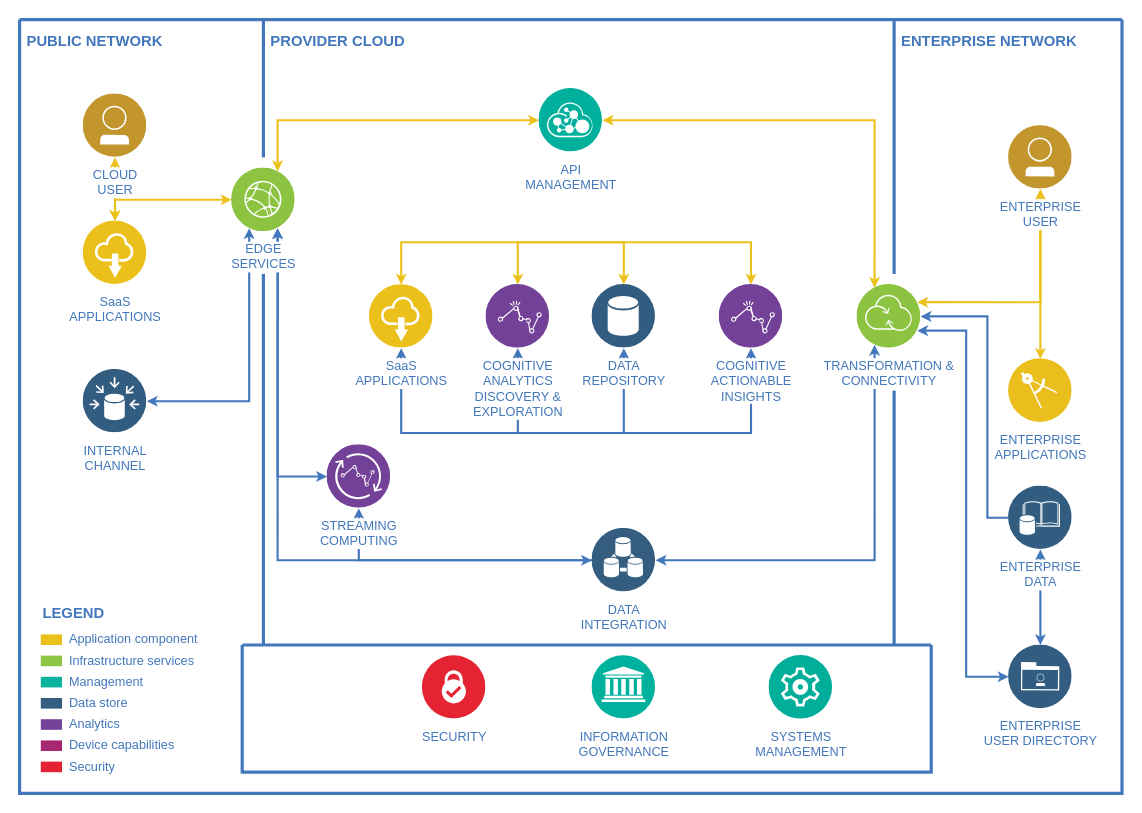
Before: map/arch.drawio in msqtt/Sources, a draw.io diagram. Source tidied: cells renumbered, new cells numbered last; positions are measured from the earlier drawing's top-left corner, leaving out a move shared by most shapes. Both pictures are drawn from the tidied source at 106%, with x=0, y=0 at pixel (19, 19). Pictures stored in the file or linked from it are replaced by grey dashed boxes.
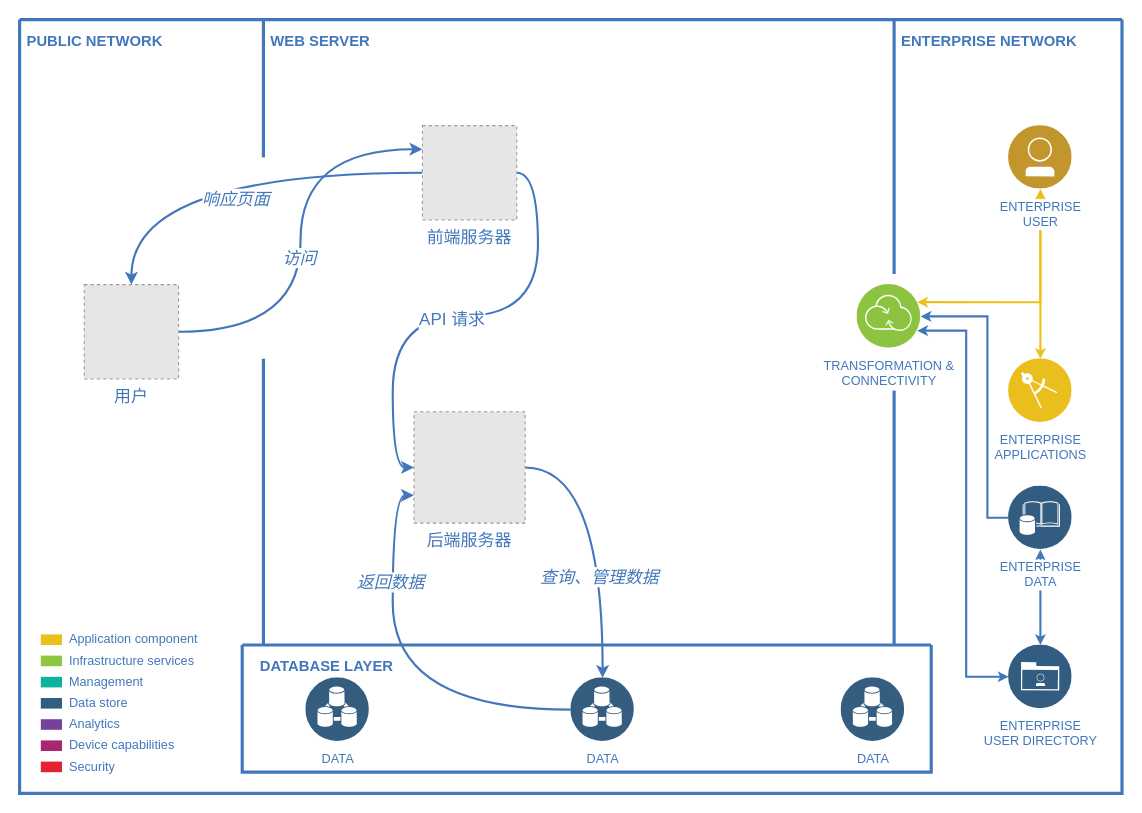
Above is the later version.

Unchanged cells that the change refers to:
```xml
<mxCell id="2" style="swimlane;shadow=0;strokeColor=#4277BB;fillColor=#ffffff;fontColor=none;align=right;startSize=0;noLabel=1;strokeWidth=3;" parent="1" vertex="1">
  <mxGeometry width="1040" height="730" as="geometry" />
</mxCell>
<mxCell id="32" value="TRANSFORMATION &amp;amp;&lt;div&gt;CONNECTIVITY&lt;/div&gt;" style="perimeter=ellipsePerimeter;html=1;align=center;shadow=0;dashed=0;image;image=img/lib/ibm/infrastructure/transformation_connectivity.svg;strokeColor=#FF0000;fillColor=#FFFF66;gradientColor=none;fontColor=#4277BB;labelBackgroundColor=#ffffff;spacingTop=3;" parent="2" vertex="1">
  <mxGeometry x="790" y="250" width="60" height="60" as="geometry" />
</mxCell>
<mxCell id="37" style="swimlane;shadow=0;labelBackgroundColor=#007FFF;strokeColor=#4277BB;fillColor=none;gradientColor=none;fontColor=#000000;align=right;startSize=0;strokeWidth=3;" parent="2" vertex="1">
  <mxGeometry x="210" y="590" width="650" height="120" as="geometry" />
</mxCell>
```

What changed in the source:
```diff
@@
-    <mxCell id="3" style="edgeStyle=orthogonalEdgeStyle;rounded=0;html=1;labelBackgroundColor=#ffffff;jettySize=auto;strokeColor=#EDC11C;fontColor=#000000;startArrow=classic;startFill=1;strokeWidth=2;endSize=4;startSize=4;" parent="2" edge="1" source="20" target="22">
-      <mxGeometry relative="1" as="geometry" />
-    </mxCell>
-    <mxCell id="4" style="edgeStyle=orthogonalEdgeStyle;rounded=0;html=1;entryX=0.75;entryY=1;labelBackgroundColor=#ffffff;jettySize=auto;strokeColor=#4277BB;fontColor=#000000;strokeWidth=2;endSize=4;startSize=4;startArrow=classic;startFill=1;" parent="2" edge="1" source="30" target="24">
-      <mxGeometry relative="1" as="geometry" />
-    </mxCell>
-    <mxCell id="5" style="edgeStyle=orthogonalEdgeStyle;rounded=0;html=1;entryX=0.25;entryY=1;labelBackgroundColor=#ffffff;jettySize=auto;strokeColor=#4277BB;fontColor=#000000;strokeWidth=2;endSize=4;startSize=4;startArrow=classic;startFill=1;" parent="2" edge="1" source="23" target="24">
-      <mxGeometry relative="1" as="geometry" />
-    </mxCell>
-    <mxCell id="6" style="edgeStyle=orthogonalEdgeStyle;rounded=0;html=1;entryX=0.25;entryY=0;labelBackgroundColor=#ffffff;jettySize=auto;strokeColor=#EDC11C;fontColor=#000000;startArrow=classic;strokeWidth=2;endSize=4;startSize=4;" parent="2" edge="1" source="25" target="32">
-      <mxGeometry relative="1" as="geometry" />
-    </mxCell>
-    <mxCell id="7" style="edgeStyle=orthogonalEdgeStyle;rounded=0;html=1;entryX=0.75;entryY=0;labelBackgroundColor=#ffffff;jettySize=auto;strokeColor=#EDC11C;fontColor=#000000;startArrow=classic;strokeWidth=2;endSize=4;startSize=4;" parent="2" edge="1" source="25" target="24">
-      <mxGeometry relative="1" as="geometry">
-        <Array as="points">
-          <mxPoint x="243" y="95" />
-        </Array>
-      </mxGeometry>
-    </mxCell>
-    <mxCell id="8" style="edgeStyle=orthogonalEdgeStyle;rounded=0;html=1;labelBackgroundColor=#ffffff;jettySize=auto;strokeColor=#4277BB;fontColor=#000000;strokeWidth=2;endSize=4;startSize=4;startArrow=classic;startFill=1;" parent="2" edge="1" source="26" target="29">
-      <mxGeometry relative="1" as="geometry">
-        <Array as="points">
-          <mxPoint x="360" y="390" />
-          <mxPoint x="690" y="390" />
-        </Array>
-      </mxGeometry>
-    </mxCell>
-    <mxCell id="9" style="edgeStyle=orthogonalEdgeStyle;rounded=0;html=1;labelBackgroundColor=#ffffff;jettySize=auto;strokeColor=#EDC11C;fontColor=#000000;startArrow=classic;strokeWidth=2;endSize=4;startSize=4;" parent="2" edge="1" source="26" target="29">
-      <mxGeometry relative="1" as="geometry">
-        <Array as="points">
-          <mxPoint x="360" y="210" />
-          <mxPoint x="690" y="210" />
-        </Array>
-      </mxGeometry>
-    </mxCell>
-    <mxCell id="10" style="edgeStyle=orthogonalEdgeStyle;rounded=0;html=1;labelBackgroundColor=#ffffff;jettySize=auto;strokeColor=#4277BB;fontColor=#000000;strokeWidth=2;endSize=4;startSize=4;startArrow=classic;startFill=1;" parent="2" edge="1" source="27" target="28">
-      <mxGeometry relative="1" as="geometry">
-        <Array as="points">
-          <mxPoint x="470" y="390" />
-          <mxPoint x="570" y="390" />
-        </Array>
-      </mxGeometry>
-    </mxCell>
-    <mxCell id="11" style="edgeStyle=orthogonalEdgeStyle;rounded=0;html=1;labelBackgroundColor=#ffffff;jettySize=auto;strokeColor=#EDC11C;fontColor=#000000;startArrow=classic;strokeWidth=2;endSize=4;startSize=4;" parent="2" edge="1" source="27" target="28">
-      <mxGeometry relative="1" as="geometry">
-        <Array as="points">
-          <mxPoint x="470" y="210" />
-          <mxPoint x="570" y="210" />
-        </Array>
-      </mxGeometry>
-    </mxCell>
-    <mxCell id="12" style="edgeStyle=orthogonalEdgeStyle;rounded=0;html=1;labelBackgroundColor=#ffffff;jettySize=auto;strokeColor=#4277BB;fontColor=#000000;entryX=0.75;entryY=1;strokeWidth=2;endSize=4;startSize=4;startArrow=classic;startFill=1;" parent="2" edge="1" source="31" target="24">
-      <mxGeometry relative="1" as="geometry">
-        <Array as="points">
-          <mxPoint x="243" y="510" />
-        </Array>
-      </mxGeometry>
-    </mxCell>
-    <mxCell id="13" style="edgeStyle=orthogonalEdgeStyle;rounded=0;html=1;entryX=0.25;entryY=1;labelBackgroundColor=#ffffff;jettySize=auto;strokeColor=#4277BB;fontColor=#000000;strokeWidth=2;endSize=4;startSize=4;startArrow=classic;startFill=1;" parent="2" edge="1" source="31" target="32">
-      <mxGeometry relative="1" as="geometry" />
-    </mxCell>
@@
-    <mxCell id="19" style="edgeStyle=orthogonalEdgeStyle;rounded=0;html=1;labelBackgroundColor=#ffffff;jettySize=auto;strokeColor=#4277BB;fontSize=12;fontColor=#4277BB;strokeWidth=2;endSize=4;startSize=4;" parent="2" edge="1" source="31" target="30">
-      <mxGeometry relative="1" as="geometry" />
-    </mxCell>
-    <mxCell id="20" value="CLOUD&lt;div&gt;USER&lt;/div&gt;" style="perimeter=ellipsePerimeter;html=1;align=center;shadow=0;dashed=0;image;image=img/lib/ibm/users/user.svg;strokeColor=#FF0000;fillColor=#FFFF66;gradientColor=none;fontColor=#4277BB;labelBackgroundColor=#ffffff;fontSize=12;spacingTop=3;" parent="2" vertex="1">
-      <mxGeometry x="60" y="70" width="60" height="60" as="geometry" />
-    </mxCell>
-    <mxCell id="21" style="edgeStyle=orthogonalEdgeStyle;rounded=0;html=1;labelBackgroundColor=#ffffff;startArrow=classic;startFill=1;startSize=4;endSize=4;jettySize=auto;strokeColor=#EDC11C;strokeWidth=2;fontSize=12;fontColor=#4277BB;" parent="2" edge="1" source="22" target="24">
-      <mxGeometry relative="1" as="geometry">
-        <Array as="points">
-          <mxPoint x="90" y="170" />
-        </Array>
-      </mxGeometry>
-    </mxCell>
-    <mxCell id="22" value="SaaS&lt;div&gt;APPLICATIONS&lt;/div&gt;" style="perimeter=ellipsePerimeter;html=1;align=center;shadow=0;dashed=0;image;image=img/lib/ibm/applications/saas_applications.svg;strokeColor=#FF0000;fillColor=#FFFF66;gradientColor=none;fontColor=#4277BB;labelBackgroundColor=#ffffff;spacingTop=3;" parent="2" vertex="1">
-      <mxGeometry x="60" y="190" width="60" height="60" as="geometry" />
-    </mxCell>
-    <mxCell id="23" value="INTERNAL&lt;div&gt;CHANNEL&lt;/div&gt;" style="perimeter=ellipsePerimeter;html=1;align=center;shadow=0;dashed=0;image;image=img/lib/ibm/data/data_sources.svg;strokeColor=#FF0000;fillColor=#FFFF66;gradientColor=none;fontColor=#4277BB;labelBackgroundColor=#ffffff;spacingTop=3;" parent="2" vertex="1">
-      <mxGeometry x="60" y="330" width="60" height="60" as="geometry" />
-    </mxCell>
-    <mxCell id="24" value="EDGE&lt;div&gt;SERVICES&lt;/div&gt;" style="perimeter=ellipsePerimeter;html=1;align=center;shadow=0;dashed=0;image;image=img/lib/ibm/infrastructure/edge_services.svg;strokeColor=#FF0000;fillColor=#FFFF66;gradientColor=none;fontColor=#4277BB;labelBackgroundColor=#ffffff;spacingTop=3;" parent="2" vertex="1">
-      <mxGeometry x="200" y="140" width="60" height="60" as="geometry" />
-    </mxCell>
-    <mxCell id="25" value="API&lt;div&gt;MANAGEMENT&lt;/div&gt;" style="perimeter=ellipsePerimeter;html=1;align=center;shadow=0;dashed=0;image;image=img/lib/ibm/management/api_management.svg;strokeColor=#FF0000;fillColor=#FFFF66;gradientColor=none;fontColor=#4277BB;labelBackgroundColor=#ffffff;spacingTop=3;" parent="2" vertex="1">
-      <mxGeometry x="490" y="65" width="60" height="60" as="geometry" />
-    </mxCell>
-    <mxCell id="26" value="SaaS&lt;div&gt;APPLICATIONS&lt;/div&gt;" style="perimeter=ellipsePerimeter;html=1;align=center;shadow=0;dashed=0;image;image=img/lib/ibm/applications/saas_applications.svg;strokeColor=#FF0000;fillColor=#FFFF66;gradientColor=none;fontColor=#4277BB;labelBackgroundColor=#ffffff;spacingTop=3;" parent="2" vertex="1">
-      <mxGeometry x="330" y="250" width="60" height="60" as="geometry" />
-    </mxCell>
-    <mxCell id="27" value="COGNITIVE&lt;div&gt;ANALYTICS&lt;/div&gt;&lt;div&gt;DISCOVERY &amp;amp;&lt;/div&gt;&lt;div&gt;EXPLORATION&lt;/div&gt;" style="perimeter=ellipsePerimeter;html=1;align=center;shadow=0;dashed=0;image;image=img/lib/ibm/analytics/analytics.svg;strokeColor=#FF0000;fillColor=#FFFF66;gradientColor=none;fontColor=#4277BB;labelBackgroundColor=#ffffff;spacingTop=3;" parent="2" vertex="1">
-      <mxGeometry x="440" y="250" width="60" height="60" as="geometry" />
-    </mxCell>
-    <mxCell id="28" value="DATA&lt;div&gt;REPOSITORY&lt;/div&gt;" style="perimeter=ellipsePerimeter;html=1;align=center;shadow=0;dashed=0;image;image=img/lib/ibm/data/data_services.svg;strokeColor=#FF0000;fillColor=#FFFF66;gradientColor=none;fontColor=#4277BB;labelBackgroundColor=#ffffff;spacingTop=3;" parent="2" vertex="1">
-      <mxGeometry x="540" y="250" width="60" height="60" as="geometry" />
-    </mxCell>
-    <mxCell id="29" value="COGNITIVE&lt;div&gt;ACTIONABLE&lt;/div&gt;&lt;div&gt;INSIGHTS&lt;/div&gt;" style="perimeter=ellipsePerimeter;html=1;align=center;shadow=0;dashed=0;image;image=img/lib/ibm/analytics/analytics.svg;strokeColor=#FF0000;fillColor=#FFFF66;gradientColor=none;fontColor=#4277BB;labelBackgroundColor=#ffffff;spacingTop=3;" parent="2" vertex="1">
-      <mxGeometry x="660" y="250" width="60" height="60" as="geometry" />
-    </mxCell>
-    <mxCell id="30" value="STREAMING&lt;div&gt;COMPUTING&lt;/div&gt;" style="perimeter=ellipsePerimeter;html=1;align=center;shadow=0;dashed=0;image;image=img/lib/ibm/analytics/streaming_computing.svg;strokeColor=#FF0000;fillColor=#FFFF66;gradientColor=none;fontColor=#4277BB;labelBackgroundColor=#ffffff;spacingTop=3;" parent="2" vertex="1">
-      <mxGeometry x="290" y="401" width="60" height="60" as="geometry" />
-    </mxCell>
-    <mxCell id="31" value="DATA&lt;div&gt;INTEGRATION&lt;/div&gt;" style="perimeter=ellipsePerimeter;html=1;align=center;shadow=0;dashed=0;image;image=img/lib/ibm/data/device_registry.svg;strokeColor=#FF0000;fillColor=#FFFF66;gradientColor=none;fontColor=#4277BB;labelBackgroundColor=#ffffff;spacingTop=3;" parent="2" vertex="1">
-      <mxGeometry x="540" y="480" width="60" height="60" as="geometry" />
-    </mxCell>
@@
-    <mxCell id="38" value="SECURITY" style="perimeter=ellipsePerimeter;html=1;align=center;shadow=0;dashed=0;image;image=img/lib/ibm/blockchain/certificate_authority.svg;strokeColor=#FF0000;fillColor=#FFFF66;gradientColor=none;fontColor=#4277BB;labelBackgroundColor=#ffffff;spacingTop=3;" parent="37" vertex="1">
-      <mxGeometry x="170" y="10" width="60" height="60" as="geometry" />
-    </mxCell>
-    <mxCell id="39" value="INFORMATION&lt;div&gt;GOVERNANCE&lt;/div&gt;" style="perimeter=ellipsePerimeter;html=1;align=center;shadow=0;dashed=0;image;image=img/lib/ibm/management/information_governance.svg;strokeColor=#FF0000;fillColor=#FFFF66;gradientColor=none;fontColor=#4277BB;labelBackgroundColor=#ffffff;spacingTop=3;" parent="37" vertex="1">
-      <mxGeometry x="330" y="10" width="60" height="60" as="geometry" />
-    </mxCell>
-    <mxCell id="40" value="SYSTEMS&lt;div&gt;MANAGEMENT&lt;/div&gt;" style="perimeter=ellipsePerimeter;html=1;align=center;shadow=0;dashed=0;image;image=img/lib/ibm/management/cluster_management.svg;strokeColor=#FF0000;fillColor=#FFFF66;gradientColor=none;fontColor=#4277BB;labelBackgroundColor=#ffffff;spacingTop=3;" parent="37" vertex="1">
-      <mxGeometry x="497" y="10" width="60" height="60" as="geometry" />
-    </mxCell>
+    <mxCell id="31" value="DATA" style="perimeter=ellipsePerimeter;html=1;align=center;shadow=0;dashed=0;image;image=img/lib/ibm/data/device_registry.svg;strokeColor=#FF0000;fillColor=#FFFF66;gradientColor=none;fontColor=#4277BB;labelBackgroundColor=#ffffff;spacingTop=3;" parent="37" vertex="1">
+      <mxGeometry x="310" y="31" width="60" height="60" as="geometry" />
+    </mxCell>
+    <mxCell id="55" value="DATABASE LAYER" style="text;html=1;align=left;verticalAlign=middle;fontColor=#4277BB;shadow=0;dashed=0;strokeColor=none;fillColor=none;labelBackgroundColor=none;fontStyle=1;fontSize=14;spacingLeft=0;" parent="37" vertex="1">
+      <mxGeometry x="15" y="10" width="150" height="20" as="geometry" />
+    </mxCell>
+    <mxCell id="56" value="DATA" style="perimeter=ellipsePerimeter;html=1;align=center;shadow=0;dashed=0;image;image=img/lib/ibm/data/device_registry.svg;strokeColor=#FF0000;fillColor=#FFFF66;gradientColor=none;fontColor=#4277BB;labelBackgroundColor=#ffffff;spacingTop=3;" parent="37" vertex="1">
+      <mxGeometry x="565" y="31" width="60" height="60" as="geometry" />
+    </mxCell>
+    <mxCell id="57" value="DATA" style="perimeter=ellipsePerimeter;html=1;align=center;shadow=0;dashed=0;image;image=img/lib/ibm/data/device_registry.svg;strokeColor=#FF0000;fillColor=#FFFF66;gradientColor=none;fontColor=#4277BB;labelBackgroundColor=#ffffff;spacingTop=3;" parent="37" vertex="1">
+      <mxGeometry x="60" y="31" width="60" height="60" as="geometry" />
+    </mxCell>
@@
-    <mxCell id="42" style="line;strokeWidth=3;direction=south;html=1;shadow=0;labelBackgroundColor=none;fillColor=none;gradientColor=none;fontSize=12;fontColor=#4277BB;align=right;strokeColor=#4277BB;" parent="2" vertex="1">
+    <mxCell id="42" style="line;strokeWidth=3;direction=south;html=1;shadow=0;labelBackgroundColor=none;fillColor=none;gradientColor=none;fontSize=12;fontColor=#4277bb;align=right;strokeColor=#4277BB;" parent="2" vertex="1">
       <mxGeometry x="225" width="10" height="130" as="geometry" />
     </mxCell>
     <mxCell id="43" style="line;strokeWidth=3;direction=south;html=1;shadow=0;labelBackgroundColor=none;fillColor=none;gradientColor=none;fontSize=12;fontColor=#4277BB;align=right;strokeColor=#4277BB;" parent="2" vertex="1">
-      <mxGeometry x="225" y="240" width="10" height="350" as="geometry" />
+      <mxGeometry x="225" y="320" width="10" height="270" as="geometry" />
     </mxCell>
@@
-    <mxCell id="46" value="PROVIDER CLOUD" style="text;html=1;align=left;verticalAlign=middle;fontColor=#4277BB;shadow=0;dashed=0;strokeColor=none;fillColor=none;labelBackgroundColor=none;fontStyle=1;fontSize=14;spacingLeft=5;" parent="2" vertex="1">
+    <mxCell id="46" value="WEB SERVER" style="text;html=1;align=left;verticalAlign=middle;fontColor=#4277BB;shadow=0;dashed=0;strokeColor=none;fillColor=none;labelBackgroundColor=none;fontStyle=1;fontSize=14;spacingLeft=5;" parent="2" vertex="1">
       <mxGeometry x="230" y="10" width="150" height="20" as="geometry" />
     </mxCell>
@@
-    <mxCell id="55" value="LEGEND" style="text;html=1;align=left;verticalAlign=middle;fontColor=#4277BB;shadow=0;dashed=0;strokeColor=none;fillColor=none;labelBackgroundColor=none;fontStyle=1;fontSize=14;spacingLeft=0;" parent="2" vertex="1">
-      <mxGeometry x="20" y="550" width="150" height="20" as="geometry" />
-    </mxCell>
+    <mxCell id="58" style="edgeStyle=orthogonalEdgeStyle;rounded=0;jettySize=auto;html=1;exitX=1;exitY=0.5;exitDx=0;exitDy=0;entryX=0;entryY=0.25;entryDx=0;entryDy=0;fontSize=16;fontColor=#4277bb;curved=1;strokeColor=#4277bb;strokeWidth=2;" parent="2" edge="1" source="60" target="65">
+      <mxGeometry relative="1" as="geometry" />
+    </mxCell>
+    <mxCell id="59" value="&lt;i&gt;访问&lt;/i&gt;" style="edgeLabel;html=1;align=center;verticalAlign=middle;fontSize=16;fontColor=#4277bb;" parent="58" vertex="1">
+      <mxGeometry x="-0.08" y="3" relative="1" as="geometry">
+        <mxPoint x="1" as="offset" />
+      </mxGeometry>
+    </mxCell>
+    <mxCell id="60" value="用户" style="fillColor=#E6E6E6;strokeColor=#999999;dashed=1;verticalLabelPosition=bottom;verticalAlign=top;fontSize=16;fontColor=#4277bb;" parent="2" vertex="1">
+      <mxGeometry x="61" y="250" width="89" height="89" as="geometry" />
+    </mxCell>
+    <mxCell id="61" style="edgeStyle=orthogonalEdgeStyle;curved=1;rounded=0;jettySize=auto;html=1;exitX=1;exitY=0.5;exitDx=0;exitDy=0;entryX=0;entryY=0.5;entryDx=0;entryDy=0;strokeColor=#4277bb;strokeWidth=2;fontSize=16;fontColor=#4277bb;" parent="2" edge="1" source="65" target="68">
+      <mxGeometry relative="1" as="geometry" />
+    </mxCell>
+    <mxCell id="62" value="API 请求" style="edgeLabel;html=1;align=center;verticalAlign=middle;fontSize=16;fontColor=#4277bb;" parent="61" vertex="1">
+      <mxGeometry x="0.04" y="3" relative="1" as="geometry" />
+    </mxCell>
+    <mxCell id="63" style="edgeStyle=orthogonalEdgeStyle;curved=1;rounded=0;jettySize=auto;html=1;entryX=0.5;entryY=0;entryDx=0;entryDy=0;strokeColor=#4277bb;strokeWidth=2;fontSize=16;fontColor=#4277bb;" parent="2" edge="1" source="65" target="60">
+      <mxGeometry relative="1" as="geometry" />
+    </mxCell>
+    <mxCell id="64" value="&lt;i&gt;响应页面&lt;/i&gt;" style="edgeLabel;html=1;align=center;verticalAlign=middle;fontSize=16;fontColor=#4277bb;" parent="63" vertex="1">
+      <mxGeometry x="-0.07" y="24" relative="1" as="geometry" />
+    </mxCell>
+    <mxCell id="65" value="前端服务器" style="fillColor=#E6E6E6;strokeColor=#999999;dashed=1;verticalLabelPosition=bottom;verticalAlign=top;fontColor=#4277bb;fontSize=16;fontStyle=0;" parent="2" vertex="1">
+      <mxGeometry x="380" y="100" width="89" height="89" as="geometry" />
+    </mxCell>
+    <mxCell id="66" style="edgeStyle=orthogonalEdgeStyle;curved=1;rounded=0;jettySize=auto;html=1;entryX=0.5;entryY=0;entryDx=0;entryDy=0;strokeColor=#4277bb;strokeWidth=2;fontSize=16;fontColor=#4277bb;" parent="2" edge="1" source="68" target="31">
+      <mxGeometry relative="1" as="geometry" />
+    </mxCell>
+    <mxCell id="67" value="&lt;i&gt;查询、管理数据&lt;/i&gt;" style="edgeLabel;html=1;align=center;verticalAlign=middle;fontSize=16;fontColor=#4277bb;" parent="66" vertex="1">
+      <mxGeometry x="0.03" y="-9" relative="1" as="geometry">
+        <mxPoint x="5" y="36" as="offset" />
+      </mxGeometry>
+    </mxCell>
+    <mxCell id="68" value="后端服务器" style="fillColor=#E6E6E6;strokeColor=#999999;dashed=1;verticalLabelPosition=bottom;verticalAlign=top;fontSize=16;fontColor=#4277bb;" parent="2" vertex="1">
+      <mxGeometry x="372" y="370" width="105" height="105" as="geometry" />
+    </mxCell>
+    <mxCell id="69" style="edgeStyle=orthogonalEdgeStyle;curved=1;rounded=0;jettySize=auto;html=1;entryX=0;entryY=0.75;entryDx=0;entryDy=0;strokeColor=#4277bb;strokeWidth=2;fontSize=16;fontColor=#4277bb;" parent="2" edge="1" source="31" target="68">
+      <mxGeometry relative="1" as="geometry" />
+    </mxCell>
+    <mxCell id="70" value="&lt;i&gt;返回数据&lt;br&gt;&lt;/i&gt;" style="edgeLabel;html=1;align=center;verticalAlign=middle;fontSize=16;fontColor=#4277bb;" parent="69" vertex="1">
+      <mxGeometry x="0.48" y="3" relative="1" as="geometry" />
+    </mxCell>
```
